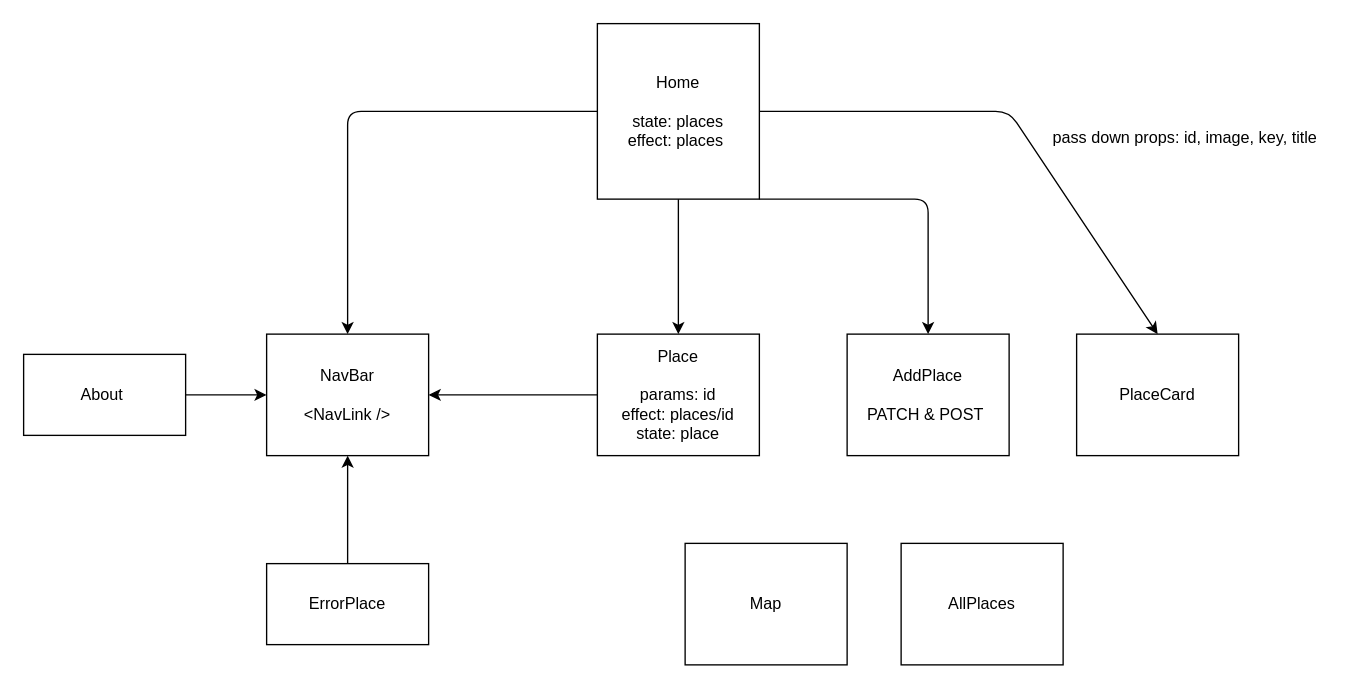
Above: Tree.drawio in Oscar-/Phase-2-Project (draw.io), before the change. Source tidied: cells renumbered, new cells numbered last; positions are measured from the earlier drawing's top-left corner, leaving out a move shared by most shapes. Both pictures are drawn from the tidied source at 135%, with x=0, y=0 at pixel (23, 23).
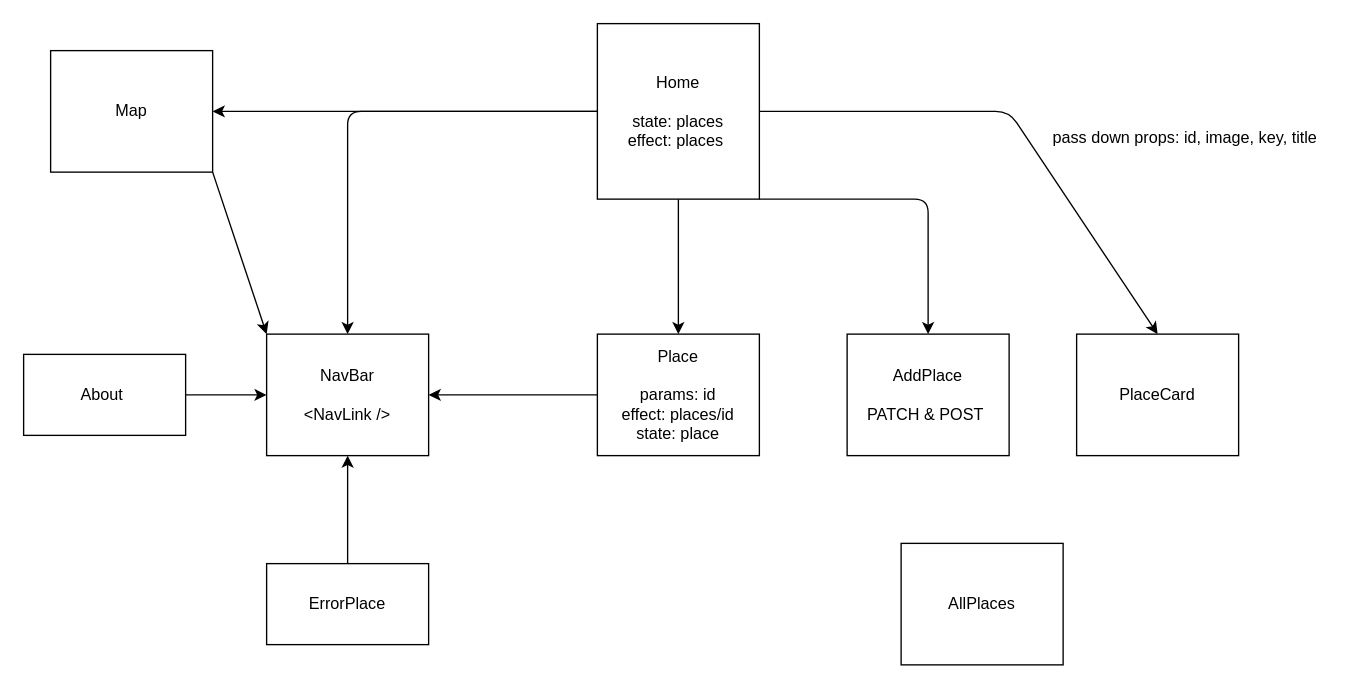
The same diagram, later.

Unchanged cells that the change refers to:
```xml
<mxCell id="6" value="Home&lt;br&gt;&lt;br&gt;state: places&lt;br&gt;effect: places&amp;nbsp;" style="whiteSpace=wrap;html=1;" parent="1" vertex="1">
  <mxGeometry x="425" width="120" height="130" as="geometry" />
</mxCell>
<mxCell id="14" value="NavBar&lt;br&gt;&lt;br&gt;&amp;lt;NavLink /&amp;gt;" style="whiteSpace=wrap;html=1;" parent="1" vertex="1">
  <mxGeometry x="180" y="230" width="120" height="90" as="geometry" />
</mxCell>
```

The edit, as a diff of the source:
```diff
@@
+    <mxCell id="19" style="edgeStyle=none;html=1;exitX=0;exitY=0.5;exitDx=0;exitDy=0;" parent="1" edge="1" source="6">
+      <mxGeometry relative="1" as="geometry">
+        <mxPoint x="425" y="65" as="targetPoint" />
+      </mxGeometry>
+    </mxCell>
+    <mxCell id="20" style="edgeStyle=none;html=1;exitX=0;exitY=0.5;exitDx=0;exitDy=0;" parent="1" edge="1" source="6" target="13">
+      <mxGeometry relative="1" as="geometry" />
+    </mxCell>
@@
+    <mxCell id="21" style="edgeStyle=none;html=1;exitX=1;exitY=1;exitDx=0;exitDy=0;entryX=0;entryY=0;entryDx=0;entryDy=0;" parent="1" edge="1" source="13" target="14">
+      <mxGeometry relative="1" as="geometry" />
+    </mxCell>
     <mxCell id="13" value="Map" style="whiteSpace=wrap;html=1;" parent="1" vertex="1">
-      <mxGeometry x="490" y="385" width="120" height="90" as="geometry" />
+      <mxGeometry x="20" y="20" width="120" height="90" as="geometry" />
     </mxCell>
```
